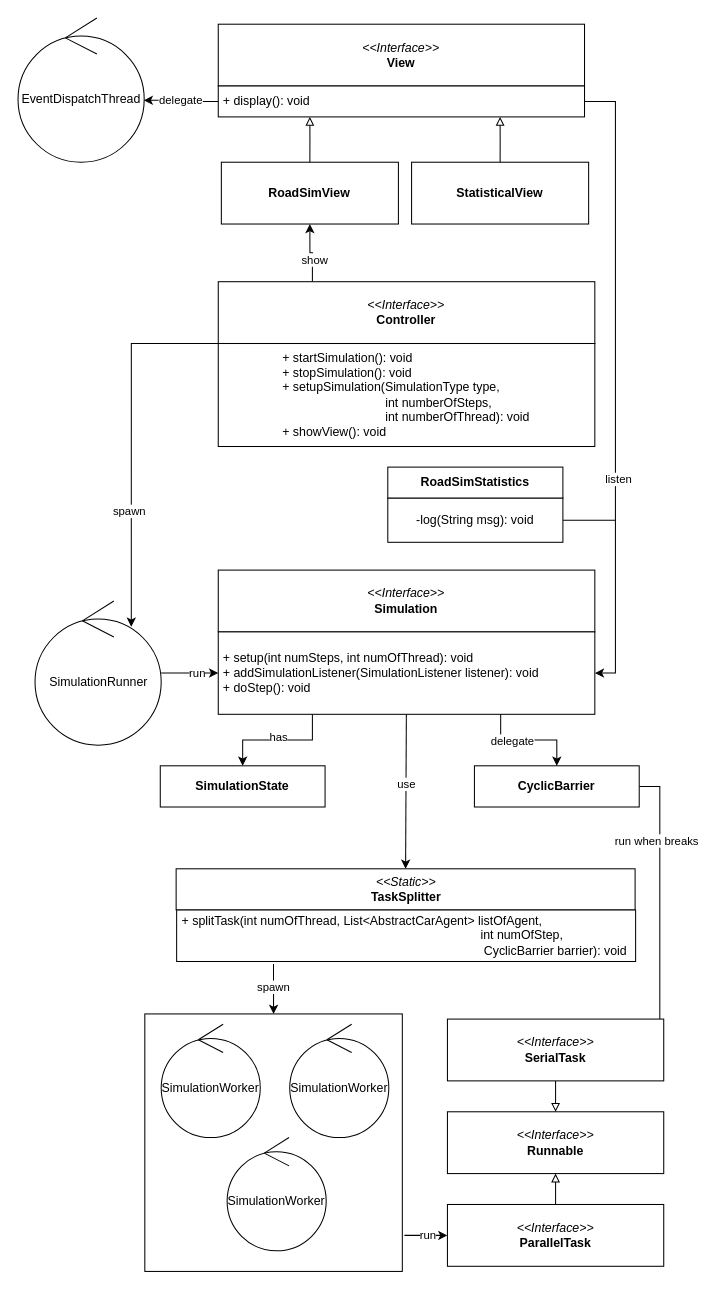
zucchero-sintattico/PCD-ASS02-23-24 keeps this draw.io diagram as page "uml" (1 of 3) of PCD_ASS01.drawio. Above is the earlier version. Source tidied: cells renumbered, new cells numbered last; positions are measured from the earlier drawing's top-left corner, leaving out a move shared by most shapes. Both pictures are drawn from the tidied source at 103%, with x=0, y=0 at pixel (18, 18).
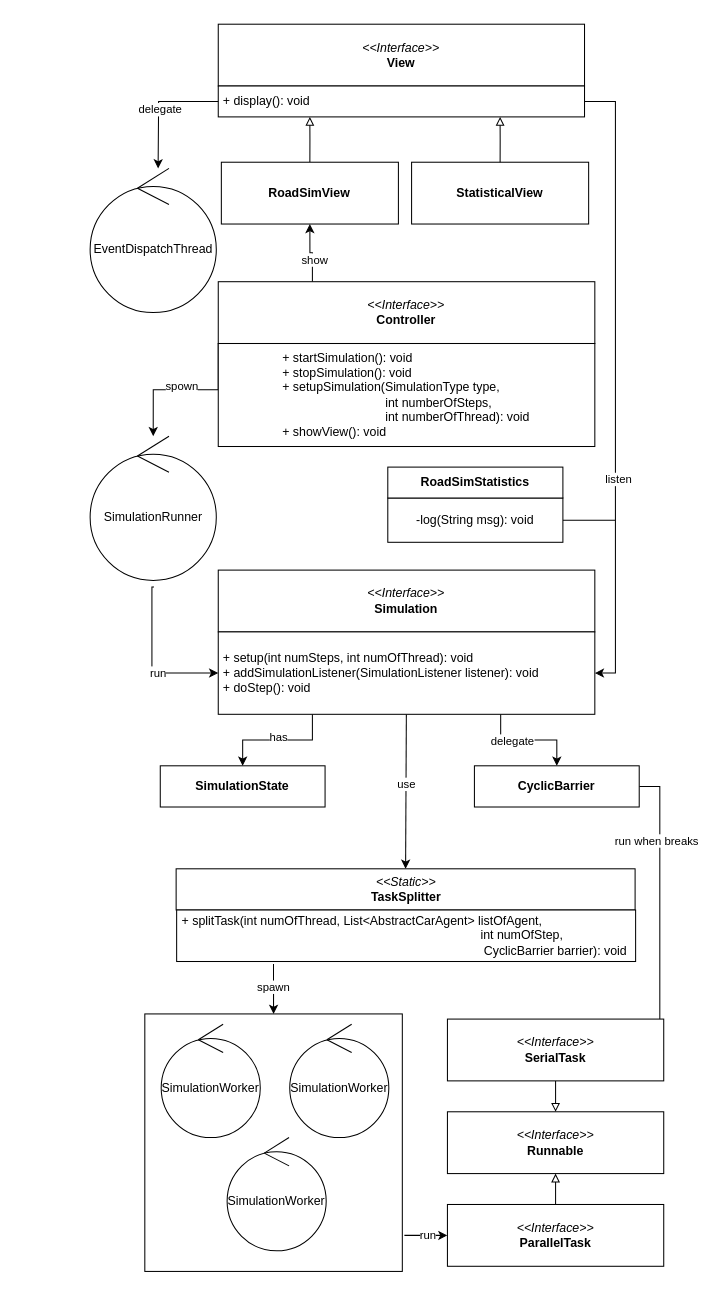
The same page after the edit.

Unchanged cells that the change refers to:
```xml
<mxCell id="4" value="&lt;i&gt;&amp;lt;&amp;lt;Interface&amp;gt;&amp;gt;&lt;/i&gt;&lt;div&gt;&lt;b&gt;Controller&lt;/b&gt;&lt;/div&gt;" style="rounded=0;whiteSpace=wrap;html=1;" parent="1" vertex="1">
  <mxGeometry x="194.4" y="256" width="365.6" height="60" as="geometry" />
</mxCell>
<mxCell id="17" value="&lt;div style=&quot;&quot;&gt;&amp;nbsp;+ setup(int numSteps, int numOfThread): void&lt;br&gt;&lt;/div&gt;&lt;div style=&quot;&quot;&gt;&lt;div style=&quot;&quot;&gt;&amp;nbsp;+ addSimulationListener(SimulationListener listener): void&lt;/div&gt;&lt;div style=&quot;&quot;&gt;&lt;span style=&quot;background-color: initial;&quot;&gt;&amp;nbsp;+ doStep(): void&lt;/span&gt;&lt;br&gt;&lt;/div&gt;&lt;/div&gt;" style="rounded=0;whiteSpace=wrap;html=1;align=left;" parent="1" vertex="1">
  <mxGeometry x="194.4" y="596" width="365.6" height="80" as="geometry" />
</mxCell>
<mxCell id="33" value="&lt;div style=&quot;&quot;&gt;&amp;nbsp;+ display(): void&lt;/div&gt;" style="rounded=0;whiteSpace=wrap;html=1;align=left;" parent="1" vertex="1">
  <mxGeometry x="194.4" y="66" width="355.6" height="30" as="geometry" />
</mxCell>
```

Change to the diagram source:
```diff
@@
+    <mxCell id="53" style="edgeStyle=orthogonalEdgeStyle;rounded=0;jettySize=auto;html=1;exitX=0;exitY=1;exitDx=0;exitDy=0;" parent="1" edge="1" source="4" target="51">
+      <mxGeometry relative="1" as="geometry" />
+    </mxCell>
+    <mxCell id="54" value="spown" style="edgeLabel;html=1;align=center;verticalAlign=middle;" parent="53" vertex="1">
+      <mxGeometry x="0.06" y="-4" relative="1" as="geometry" />
+    </mxCell>
@@
-    <mxCell id="5" style="edgeStyle=orthogonalEdgeStyle;rounded=0;jettySize=auto;html=1;exitX=0;exitY=0.5;exitDx=0;exitDy=0;entryX=0.763;entryY=0.179;entryDx=0;entryDy=0;entryPerimeter=0;" parent="1" edge="1" target="51">
-      <mxGeometry relative="1" as="geometry">
-        <mxPoint x="271.4" y="316" as="sourcePoint" />
-        <Array as="points">
-          <mxPoint x="110" y="316" />
-        </Array>
-      </mxGeometry>
-    </mxCell>
-    <mxCell id="6" value="spawn" style="edgeLabel;html=1;align=center;verticalAlign=middle;" parent="5" vertex="1">
-      <mxGeometry x="0.83" y="-1" relative="1" as="geometry">
-        <mxPoint x="-1" y="-75" as="offset" />
-      </mxGeometry>
-    </mxCell>
@@
     <mxCell id="40" value="EventDispatchThread" style="ellipse;shape=umlControl;whiteSpace=wrap;html=1;" parent="1" vertex="1">
-      <mxGeometry width="122.5" height="140" as="geometry" />
+      <mxGeometry x="70" y="146" width="122.5" height="140" as="geometry" />
     </mxCell>
-    <mxCell id="41" style="edgeStyle=orthogonalEdgeStyle;rounded=0;jettySize=auto;html=1;exitX=0;exitY=0.5;exitDx=0;exitDy=0;entryX=0.996;entryY=0.571;entryDx=0;entryDy=0;entryPerimeter=0;" parent="1" edge="1" source="33" target="40">
-      <mxGeometry relative="1" as="geometry" />
+    <mxCell id="41" style="edgeStyle=orthogonalEdgeStyle;rounded=0;jettySize=auto;html=1;exitX=0;exitY=0.5;exitDx=0;exitDy=0;" parent="1" edge="1" source="33">
+      <mxGeometry relative="1" as="geometry">
+        <mxPoint x="136" y="146" as="targetPoint" />
+      </mxGeometry>
     </mxCell>
@@
-    <mxCell id="49" style="edgeStyle=orthogonalEdgeStyle;rounded=0;jettySize=auto;html=1;entryX=0;entryY=0.5;entryDx=0;entryDy=0;" parent="1" edge="1" source="51" target="17">
-      <mxGeometry relative="1" as="geometry" />
+    <mxCell id="49" style="edgeStyle=orthogonalEdgeStyle;rounded=0;jettySize=auto;html=1;entryX=0;entryY=0.5;entryDx=0;entryDy=0;exitX=0.506;exitY=1.046;exitDx=0;exitDy=0;exitPerimeter=0;" parent="1" edge="1" source="51" target="17">
+      <mxGeometry relative="1" as="geometry">
+        <Array as="points">
+          <mxPoint x="130" y="552" />
+          <mxPoint x="130" y="636" />
+        </Array>
+      </mxGeometry>
     </mxCell>
@@
     <mxCell id="51" value="SimulationRunner" style="ellipse;shape=umlControl;whiteSpace=wrap;html=1;" parent="1" vertex="1">
-      <mxGeometry x="16.5" y="566" width="122.5" height="140" as="geometry" />
+      <mxGeometry x="70" y="406" width="122.5" height="140" as="geometry" />
     </mxCell>
```
